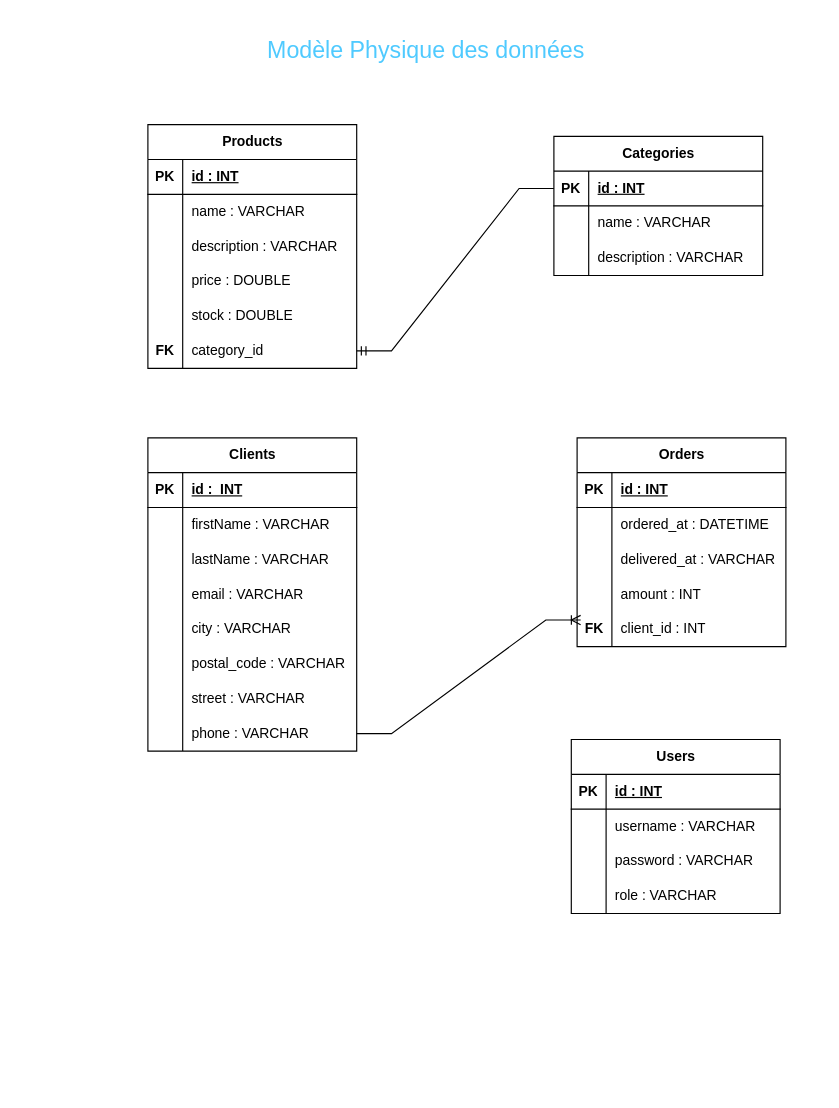
josoa-ramaroson/SAYNA-SQL keeps this draw.io diagram as Modèle Physique de Donnée.drawio. Above is the earlier version. Source tidied: cells renumbered, new cells numbered last; positions are measured from the earlier drawing's top-left corner, leaving out a move shared by most shapes. Both pictures are drawn from the tidied source at 116%, with x=0, y=0 at pixel (147, 20).
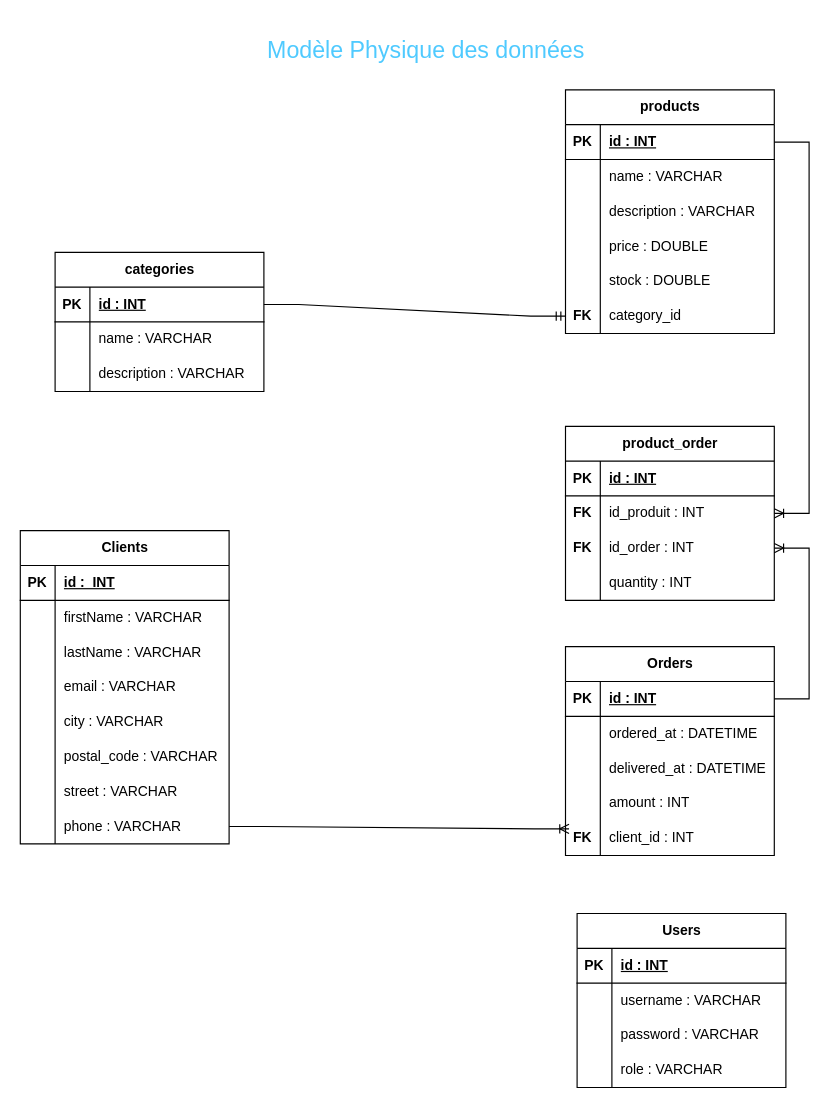
The same diagram, later.

Unchanged cells that the change refers to:
```xml
<mxCell id="3" style="shape=tableRow;horizontal=0;startSize=0;swimlaneHead=0;swimlaneBody=0;fillColor=none;points=[[0,0.5],[1,0.5]];portConstraint=eastwest;top=0;left=0;right=0;bottom=1;" parent="2" vertex="1">
  <mxGeometry y="30" width="180" height="30" as="geometry" />
</mxCell>
<mxCell id="18" style="shape=tableRow;horizontal=0;startSize=0;swimlaneHead=0;swimlaneBody=0;fillColor=none;points=[[0,0.5],[1,0.5]];portConstraint=eastwest;top=0;left=0;right=0;bottom=0;" parent="2" vertex="1">
  <mxGeometry y="180" width="180" height="30" as="geometry" />
</mxCell>
<mxCell id="23" style="shape=tableRow;horizontal=0;startSize=0;swimlaneHead=0;swimlaneBody=0;fillColor=none;points=[[0,0.5],[1,0.5]];portConstraint=eastwest;top=0;left=0;right=0;bottom=1;" parent="22" vertex="1">
  <mxGeometry y="30" width="180" height="30" as="geometry" />
</mxCell>
<mxCell id="59" style="shape=tableRow;horizontal=0;startSize=0;swimlaneHead=0;swimlaneBody=0;fillColor=none;points=[[0,0.5],[1,0.5]];portConstraint=eastwest;top=0;left=0;right=0;bottom=1;" parent="58" vertex="1">
  <mxGeometry y="30" width="180" height="30" as="geometry" />
</mxCell>
<mxCell id="65" style="shape=tableRow;horizontal=0;startSize=0;swimlaneHead=0;swimlaneBody=0;fillColor=none;top=0;left=0;right=0;bottom=0;" parent="58" vertex="1">
  <mxGeometry y="90" width="180" height="30" as="geometry" />
</mxCell>
```

What changed in the source:
```diff
@@
-    <mxCell id="2" value="Products" style="shape=table;startSize=30;childLayout=tableLayout;rowLines=0;fontStyle=1;align=center;html=1;" parent="1" vertex="1">
-      <mxGeometry y="90" width="180" height="210" as="geometry" />
+    <mxCell id="2" value="products" style="shape=table;startSize=30;childLayout=tableLayout;rowLines=0;fontStyle=1;align=center;html=1;" parent="1" vertex="1">
+      <mxGeometry x="360" y="60" width="180" height="210" as="geometry" />
     </mxCell>
@@
-    <mxCell id="22" value="Categories" style="shape=table;startSize=30;childLayout=tableLayout;rowLines=0;fontStyle=1;align=center;html=1;" parent="1" vertex="1">
-      <mxGeometry x="350" y="100" width="180" height="120" as="geometry" />
+    <mxCell id="22" value="categories" style="shape=table;startSize=30;childLayout=tableLayout;rowLines=0;fontStyle=1;align=center;html=1;" parent="1" vertex="1">
+      <mxGeometry x="-80" y="200" width="180" height="120" as="geometry" />
     </mxCell>
@@
-    <mxCell id="32" style="edgeStyle=entityRelationEdgeStyle;fontSize=12;html=1;endArrow=ERmandOne;rounded=0;entryX=1;entryY=0.5;entryDx=0;entryDy=0;exitX=0;exitY=0.5;exitDx=0;exitDy=0;" parent="1" edge="1" source="23" target="18">
+    <mxCell id="32" style="edgeStyle=entityRelationEdgeStyle;fontSize=12;html=1;endArrow=ERmandOne;rounded=0;entryX=0;entryY=0.5;entryDx=0;entryDy=0;" parent="1" edge="1" source="23" target="18">
       <mxGeometry relative="1" as="geometry" />
     </mxCell>
     <mxCell id="33" value="Clients" style="shape=table;startSize=30;childLayout=tableLayout;rowLines=0;fontStyle=1;align=center;html=1;" parent="1" vertex="1">
-      <mxGeometry y="360" width="180" height="270" as="geometry" />
+      <mxGeometry x="-110" y="440" width="180" height="270" as="geometry" />
     </mxCell>
@@
     <mxCell id="58" value="Orders" style="shape=table;startSize=30;childLayout=tableLayout;rowLines=0;fontStyle=1;align=center;html=1;" parent="1" vertex="1">
-      <mxGeometry x="370" y="360" width="180" height="180" as="geometry" />
+      <mxGeometry x="360" y="540" width="180" height="180" as="geometry" />
     </mxCell>
@@
-    <mxCell id="67" value="delivered_at : VARCHAR" style="shape=partialRectangle;fillColor=none;top=0;left=0;bottom=0;right=0;align=left;spacingLeft=6;overflow=hidden;whiteSpace=wrap;html=1;" parent="65" vertex="1">
+    <mxCell id="67" value="delivered_at : DATETIME" style="shape=partialRectangle;fillColor=none;top=0;left=0;bottom=0;right=0;align=left;spacingLeft=6;overflow=hidden;whiteSpace=wrap;html=1;" parent="65" vertex="1">
       <mxGeometry x="30" width="150" height="30" as="geometry" />
     </mxCell>
@@
     <mxCell id="75" value="Users" style="shape=table;startSize=30;childLayout=tableLayout;rowLines=0;fontStyle=1;align=center;html=1;" parent="1" vertex="1">
-      <mxGeometry x="365" y="620" width="180" height="150" as="geometry" />
+      <mxGeometry x="370" y="770" width="180" height="150" as="geometry" />
     </mxCell>
@@
+    <mxCell id="88" value="product_order" style="shape=table;startSize=30;childLayout=tableLayout;rowLines=0;fontStyle=1;align=center;html=1;" parent="1" vertex="1">
+      <mxGeometry x="360" y="350" width="180" height="150" as="geometry" />
+    </mxCell>
+    <mxCell id="89" style="shape=tableRow;horizontal=0;startSize=0;swimlaneHead=0;swimlaneBody=0;fillColor=none;top=0;left=0;right=0;bottom=1;" parent="88" vertex="1">
+      <mxGeometry y="30" width="180" height="30" as="geometry" />
+    </mxCell>
+    <mxCell id="90" value="PK" style="shape=partialRectangle;fillColor=none;top=0;left=0;bottom=0;right=0;fontStyle=1;overflow=hidden;whiteSpace=wrap;html=1;" parent="89" vertex="1">
+      <mxGeometry width="30" height="30" as="geometry" />
+    </mxCell>
+    <mxCell id="91" value="id : INT" style="shape=partialRectangle;fillColor=none;top=0;left=0;bottom=0;right=0;align=left;spacingLeft=6;fontStyle=5;overflow=hidden;whiteSpace=wrap;html=1;" parent="89" vertex="1">
+      <mxGeometry x="30" width="150" height="30" as="geometry" />
+    </mxCell>
+    <mxCell id="92" style="shape=tableRow;horizontal=0;startSize=0;swimlaneHead=0;swimlaneBody=0;fillColor=none;points=[[0,0.5],[1,0.5]];portConstraint=eastwest;top=0;left=0;right=0;bottom=0;" parent="88" vertex="1">
+      <mxGeometry y="60" width="180" height="30" as="geometry" />
+    </mxCell>
+    <mxCell id="93" value="&lt;b&gt;FK&lt;/b&gt;" style="shape=partialRectangle;fillColor=none;top=0;left=0;bottom=0;right=0;overflow=hidden;whiteSpace=wrap;html=1;" parent="92" vertex="1">
+      <mxGeometry width="30" height="30" as="geometry" />
+    </mxCell>
+    <mxCell id="94" value="id_produit : INT" style="shape=partialRectangle;fillColor=none;top=0;left=0;bottom=0;right=0;align=left;spacingLeft=6;overflow=hidden;whiteSpace=wrap;html=1;" parent="92" vertex="1">
+      <mxGeometry x="30" width="150" height="30" as="geometry" />
+    </mxCell>
+    <mxCell id="95" style="shape=tableRow;horizontal=0;startSize=0;swimlaneHead=0;swimlaneBody=0;fillColor=none;points=[[0,0.5],[1,0.5]];portConstraint=eastwest;top=0;left=0;right=0;bottom=0;" parent="88" vertex="1">
+      <mxGeometry y="90" width="180" height="30" as="geometry" />
+    </mxCell>
+    <mxCell id="96" value="&lt;b&gt;FK&lt;/b&gt;" style="shape=partialRectangle;fillColor=none;top=0;left=0;bottom=0;right=0;overflow=hidden;whiteSpace=wrap;html=1;" parent="95" vertex="1">
+      <mxGeometry width="30" height="30" as="geometry" />
+    </mxCell>
+    <mxCell id="97" value="id_order : INT" style="shape=partialRectangle;fillColor=none;top=0;left=0;bottom=0;right=0;align=left;spacingLeft=6;overflow=hidden;whiteSpace=wrap;html=1;" parent="95" vertex="1">
+      <mxGeometry x="30" width="150" height="30" as="geometry" />
+    </mxCell>
+    <mxCell id="98" style="shape=tableRow;horizontal=0;startSize=0;swimlaneHead=0;swimlaneBody=0;fillColor=none;top=0;left=0;right=0;bottom=0;" parent="88" vertex="1">
+      <mxGeometry y="120" width="180" height="30" as="geometry" />
+    </mxCell>
+    <mxCell id="99" style="shape=partialRectangle;fillColor=none;top=0;left=0;bottom=0;right=0;overflow=hidden;whiteSpace=wrap;html=1;" parent="98" vertex="1">
+      <mxGeometry width="30" height="30" as="geometry" />
+    </mxCell>
+    <mxCell id="100" value="quantity : INT" style="shape=partialRectangle;fillColor=none;top=0;left=0;bottom=0;right=0;align=left;spacingLeft=6;overflow=hidden;whiteSpace=wrap;html=1;" parent="98" vertex="1">
+      <mxGeometry x="30" width="150" height="30" as="geometry" />
+    </mxCell>
+    <mxCell id="101" style="edgeStyle=entityRelationEdgeStyle;fontSize=12;html=1;endArrow=ERoneToMany;rounded=0;entryX=1;entryY=0.5;entryDx=0;entryDy=0;exitX=1;exitY=0.5;exitDx=0;exitDy=0;" parent="1" edge="1" source="3" target="92">
+      <mxGeometry relative="1" as="geometry" />
+    </mxCell>
+    <mxCell id="102" style="edgeStyle=entityRelationEdgeStyle;fontSize=12;html=1;endArrow=ERoneToMany;rounded=0;exitX=1;exitY=0.5;exitDx=0;exitDy=0;entryX=1;entryY=0.5;entryDx=0;entryDy=0;" parent="1" edge="1" source="59" target="95">
+      <mxGeometry relative="1" as="geometry" />
+    </mxCell>
```
